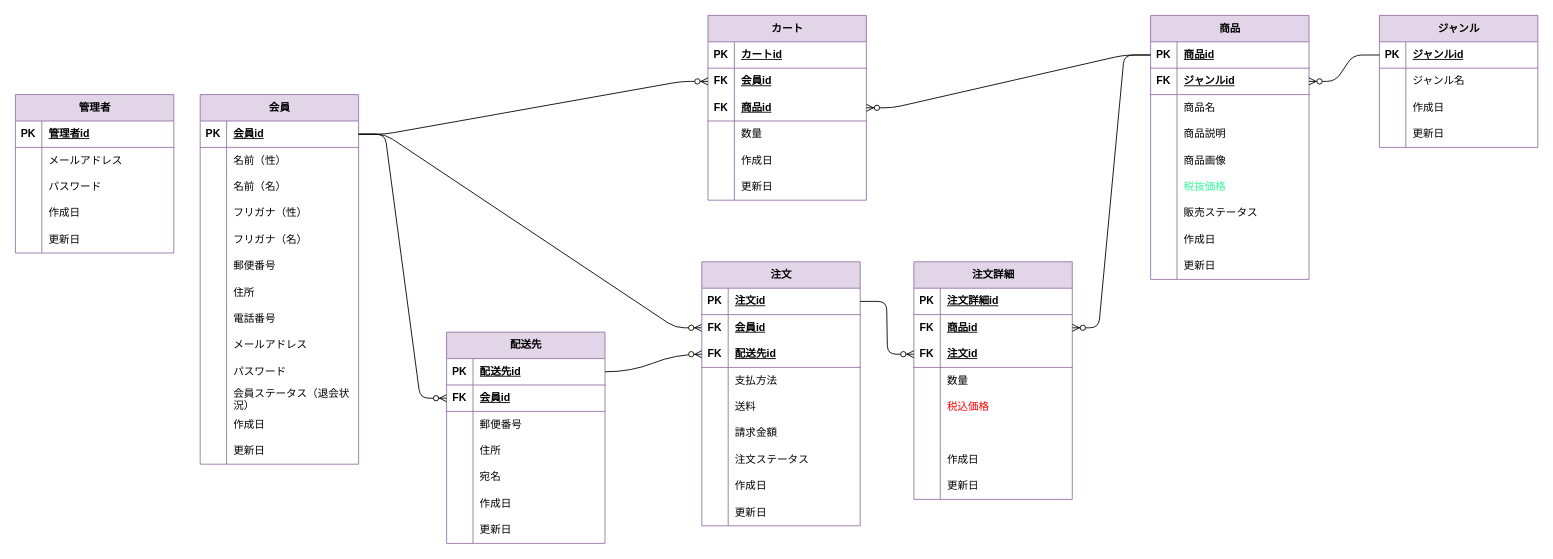
This is 名称未設定ファイル.drawio from Ganmo3/drawio, a draw.io file, before an edit. Source tidied: cells renumbered, new cells numbered last; positions are measured from the earlier drawing's top-left corner, leaving out a move shared by most shapes. Both pictures are drawn from the tidied source at 88%, with x=0, y=0 at pixel (15, 15).
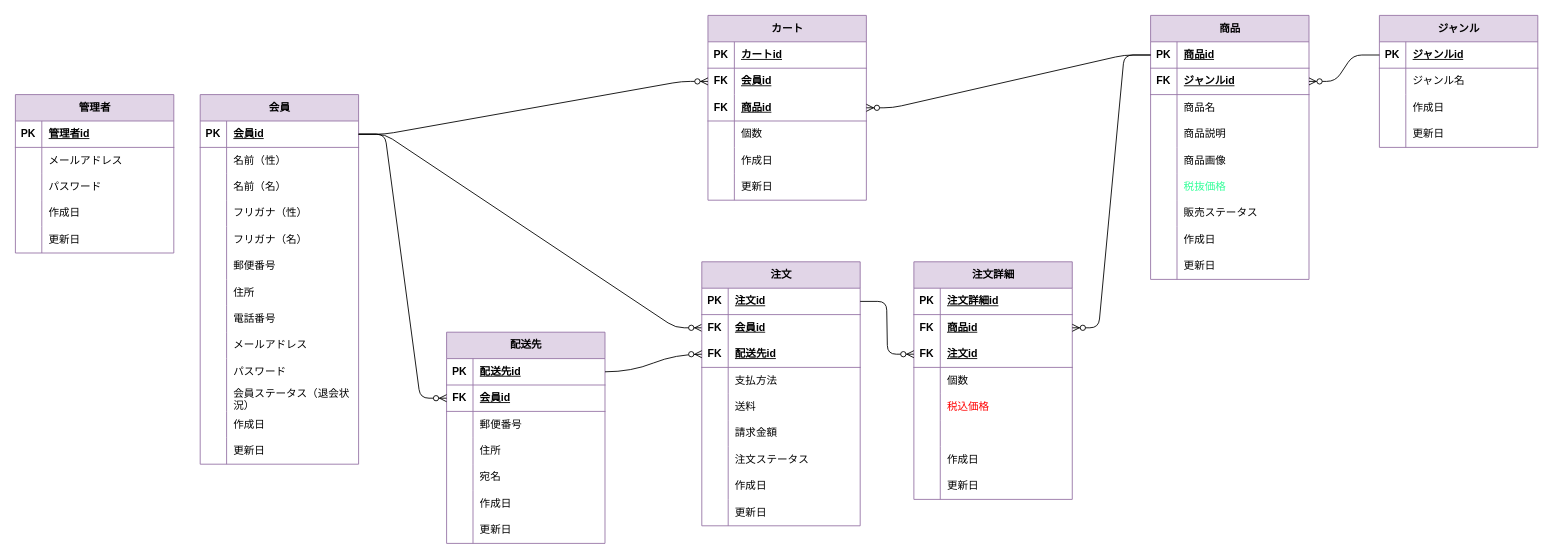
Above is the later version.

Unchanged cells that the change refers to:
```xml
<mxCell id="115" style="shape=tableRow;horizontal=0;startSize=0;swimlaneHead=0;swimlaneBody=0;fillColor=none;top=0;left=0;right=0;bottom=0;strokeColor=#9673a6;fontFamily=Helvetica;fontSize=12;fontColor=default;html=1;" parent="105" vertex="1">
  <mxGeometry y="120" width="180" height="30" as="geometry" />
</mxCell>
<mxCell id="190" style="shape=tableRow;horizontal=0;startSize=0;swimlaneHead=0;swimlaneBody=0;fillColor=none;top=0;left=0;right=0;bottom=0;strokeColor=#9673a6;fontFamily=Helvetica;fontSize=12;fontColor=default;html=1;" parent="180" vertex="1">
  <mxGeometry y="120" width="180" height="30" as="geometry" />
</mxCell>
```

The edit, as a diff of the source:
```diff
@@
-    <mxCell id="117" value="数量" style="shape=partialRectangle;fillColor=none;top=0;left=0;bottom=0;right=0;align=left;spacingLeft=6;overflow=hidden;whiteSpace=wrap;html=1;strokeColor=#9673a6;fontFamily=Helvetica;fontSize=12;fontColor=default;startSize=23;" parent="115" vertex="1">
+    <mxCell id="117" value="個数" style="shape=partialRectangle;fillColor=none;top=0;left=0;bottom=0;right=0;align=left;spacingLeft=6;overflow=hidden;whiteSpace=wrap;html=1;strokeColor=#9673a6;fontFamily=Helvetica;fontSize=12;fontColor=default;startSize=23;" parent="115" vertex="1">
       <mxGeometry x="30" width="150" height="30" as="geometry" />
     </mxCell>
@@
-    <mxCell id="192" value="数量" style="shape=partialRectangle;fillColor=none;top=0;left=0;bottom=0;right=0;align=left;spacingLeft=6;overflow=hidden;whiteSpace=wrap;html=1;strokeColor=#9673a6;fontFamily=Helvetica;fontSize=12;fontColor=default;startSize=23;" parent="190" vertex="1">
+    <mxCell id="192" value="個数" style="shape=partialRectangle;fillColor=none;top=0;left=0;bottom=0;right=0;align=left;spacingLeft=6;overflow=hidden;whiteSpace=wrap;html=1;strokeColor=#9673a6;fontFamily=Helvetica;fontSize=12;fontColor=default;startSize=23;" parent="190" vertex="1">
       <mxGeometry x="30" width="150" height="30" as="geometry" />
     </mxCell>
```
